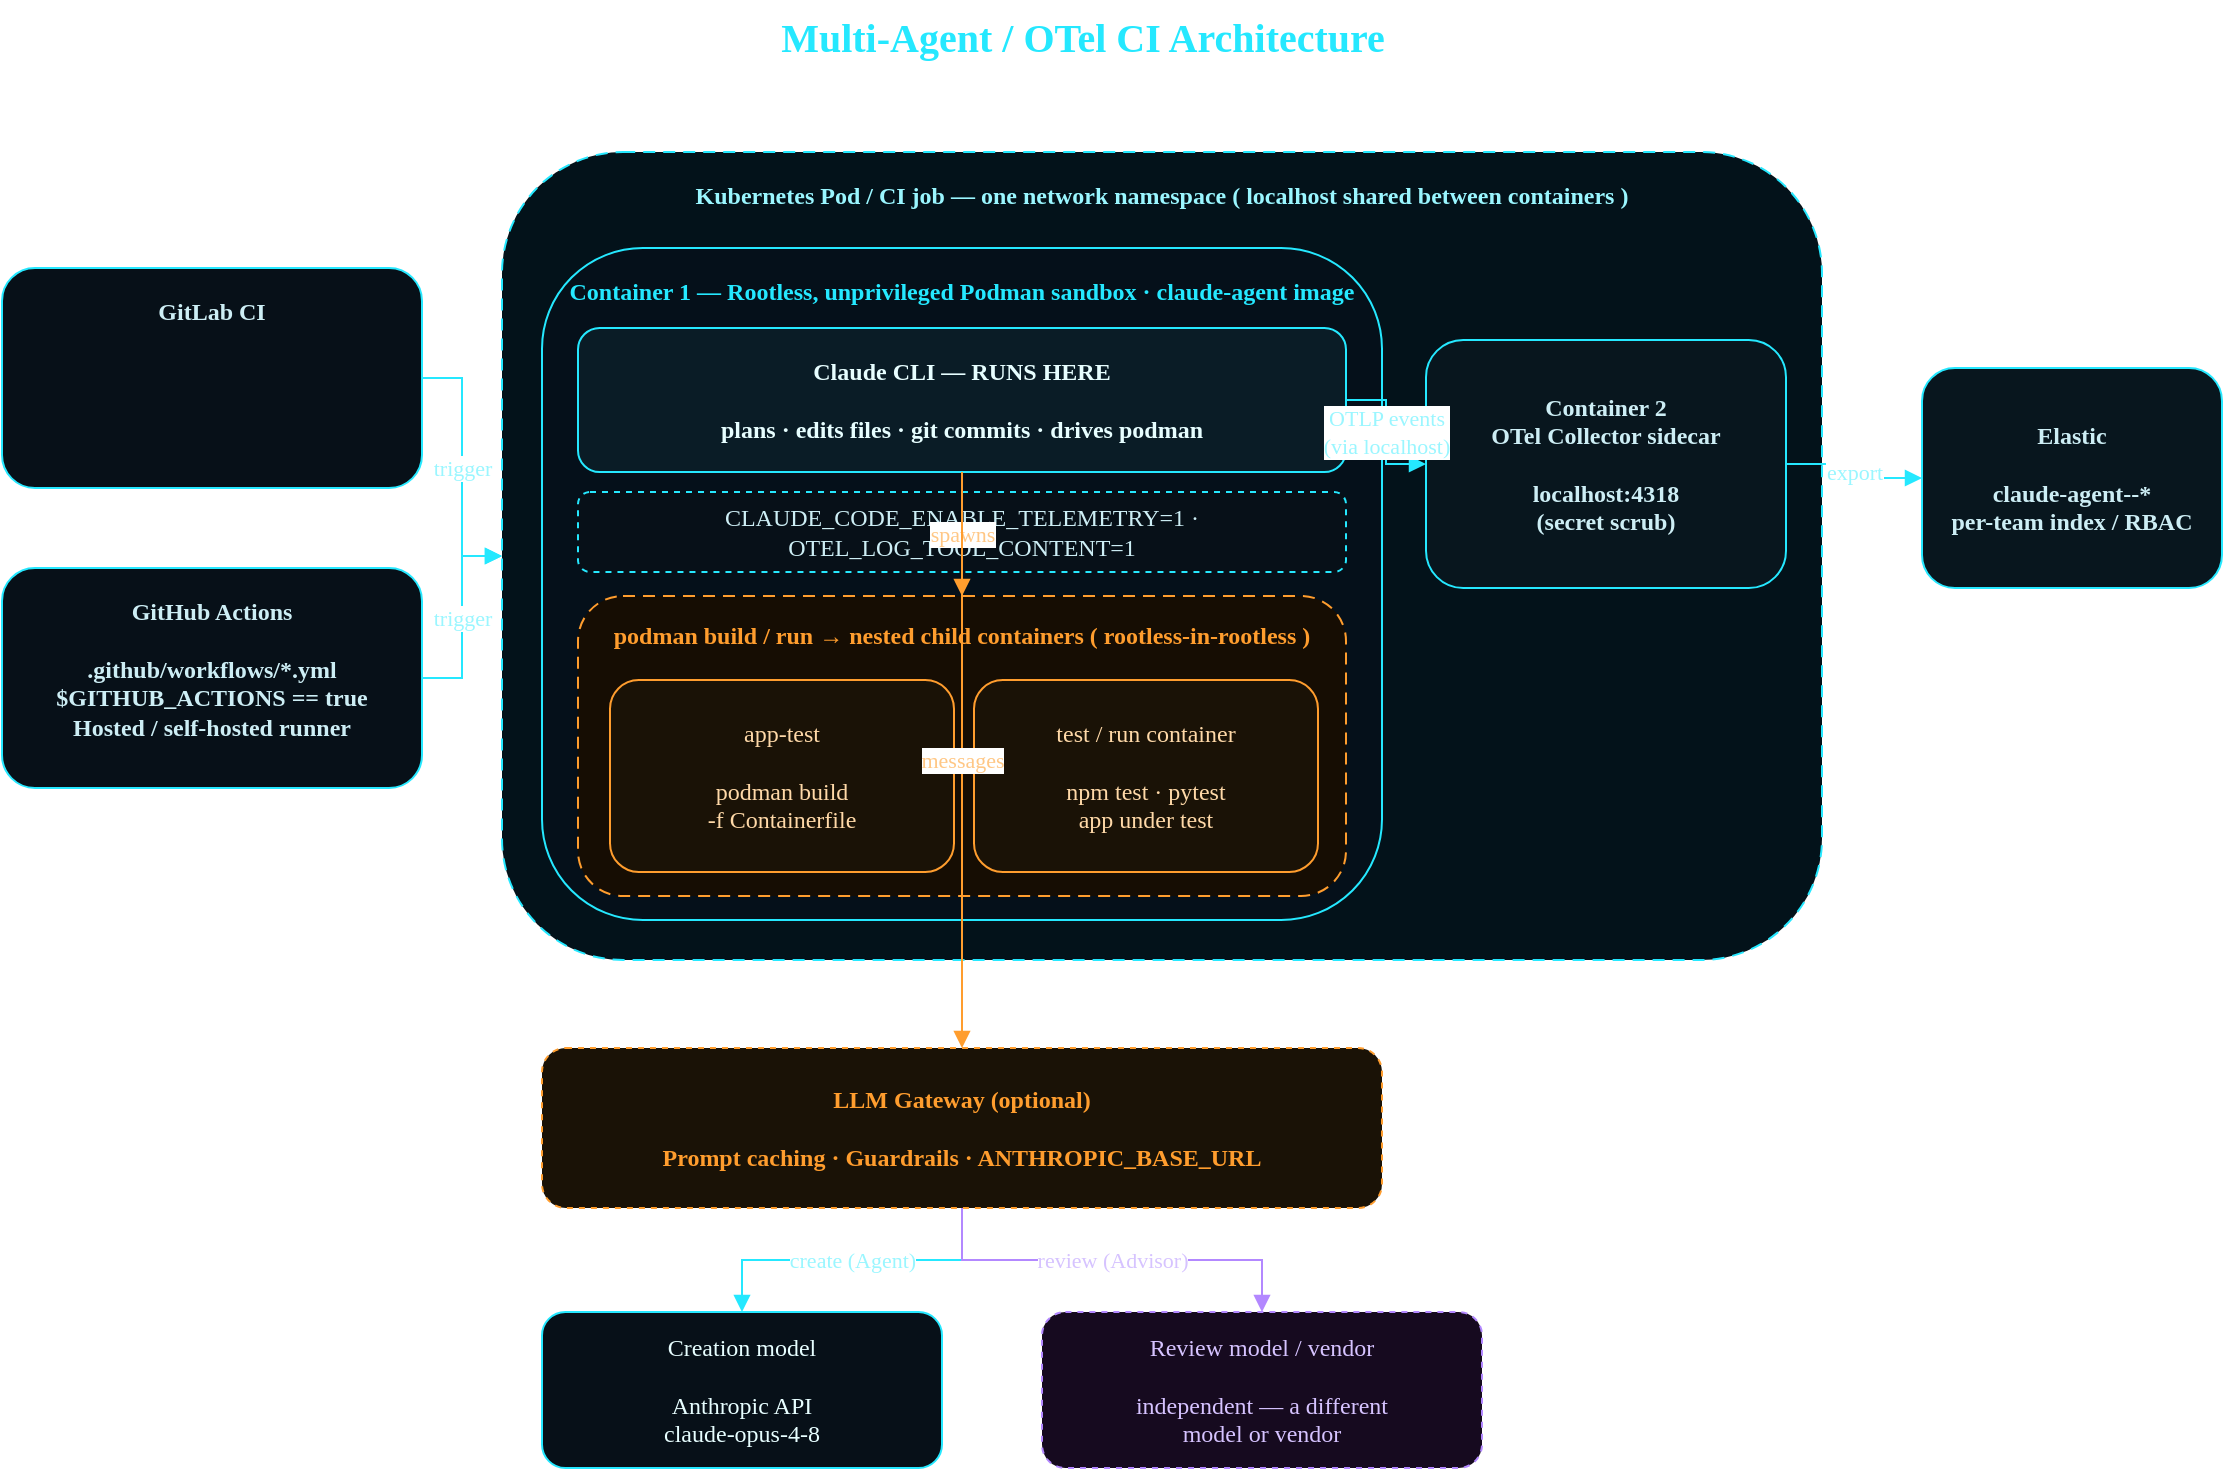
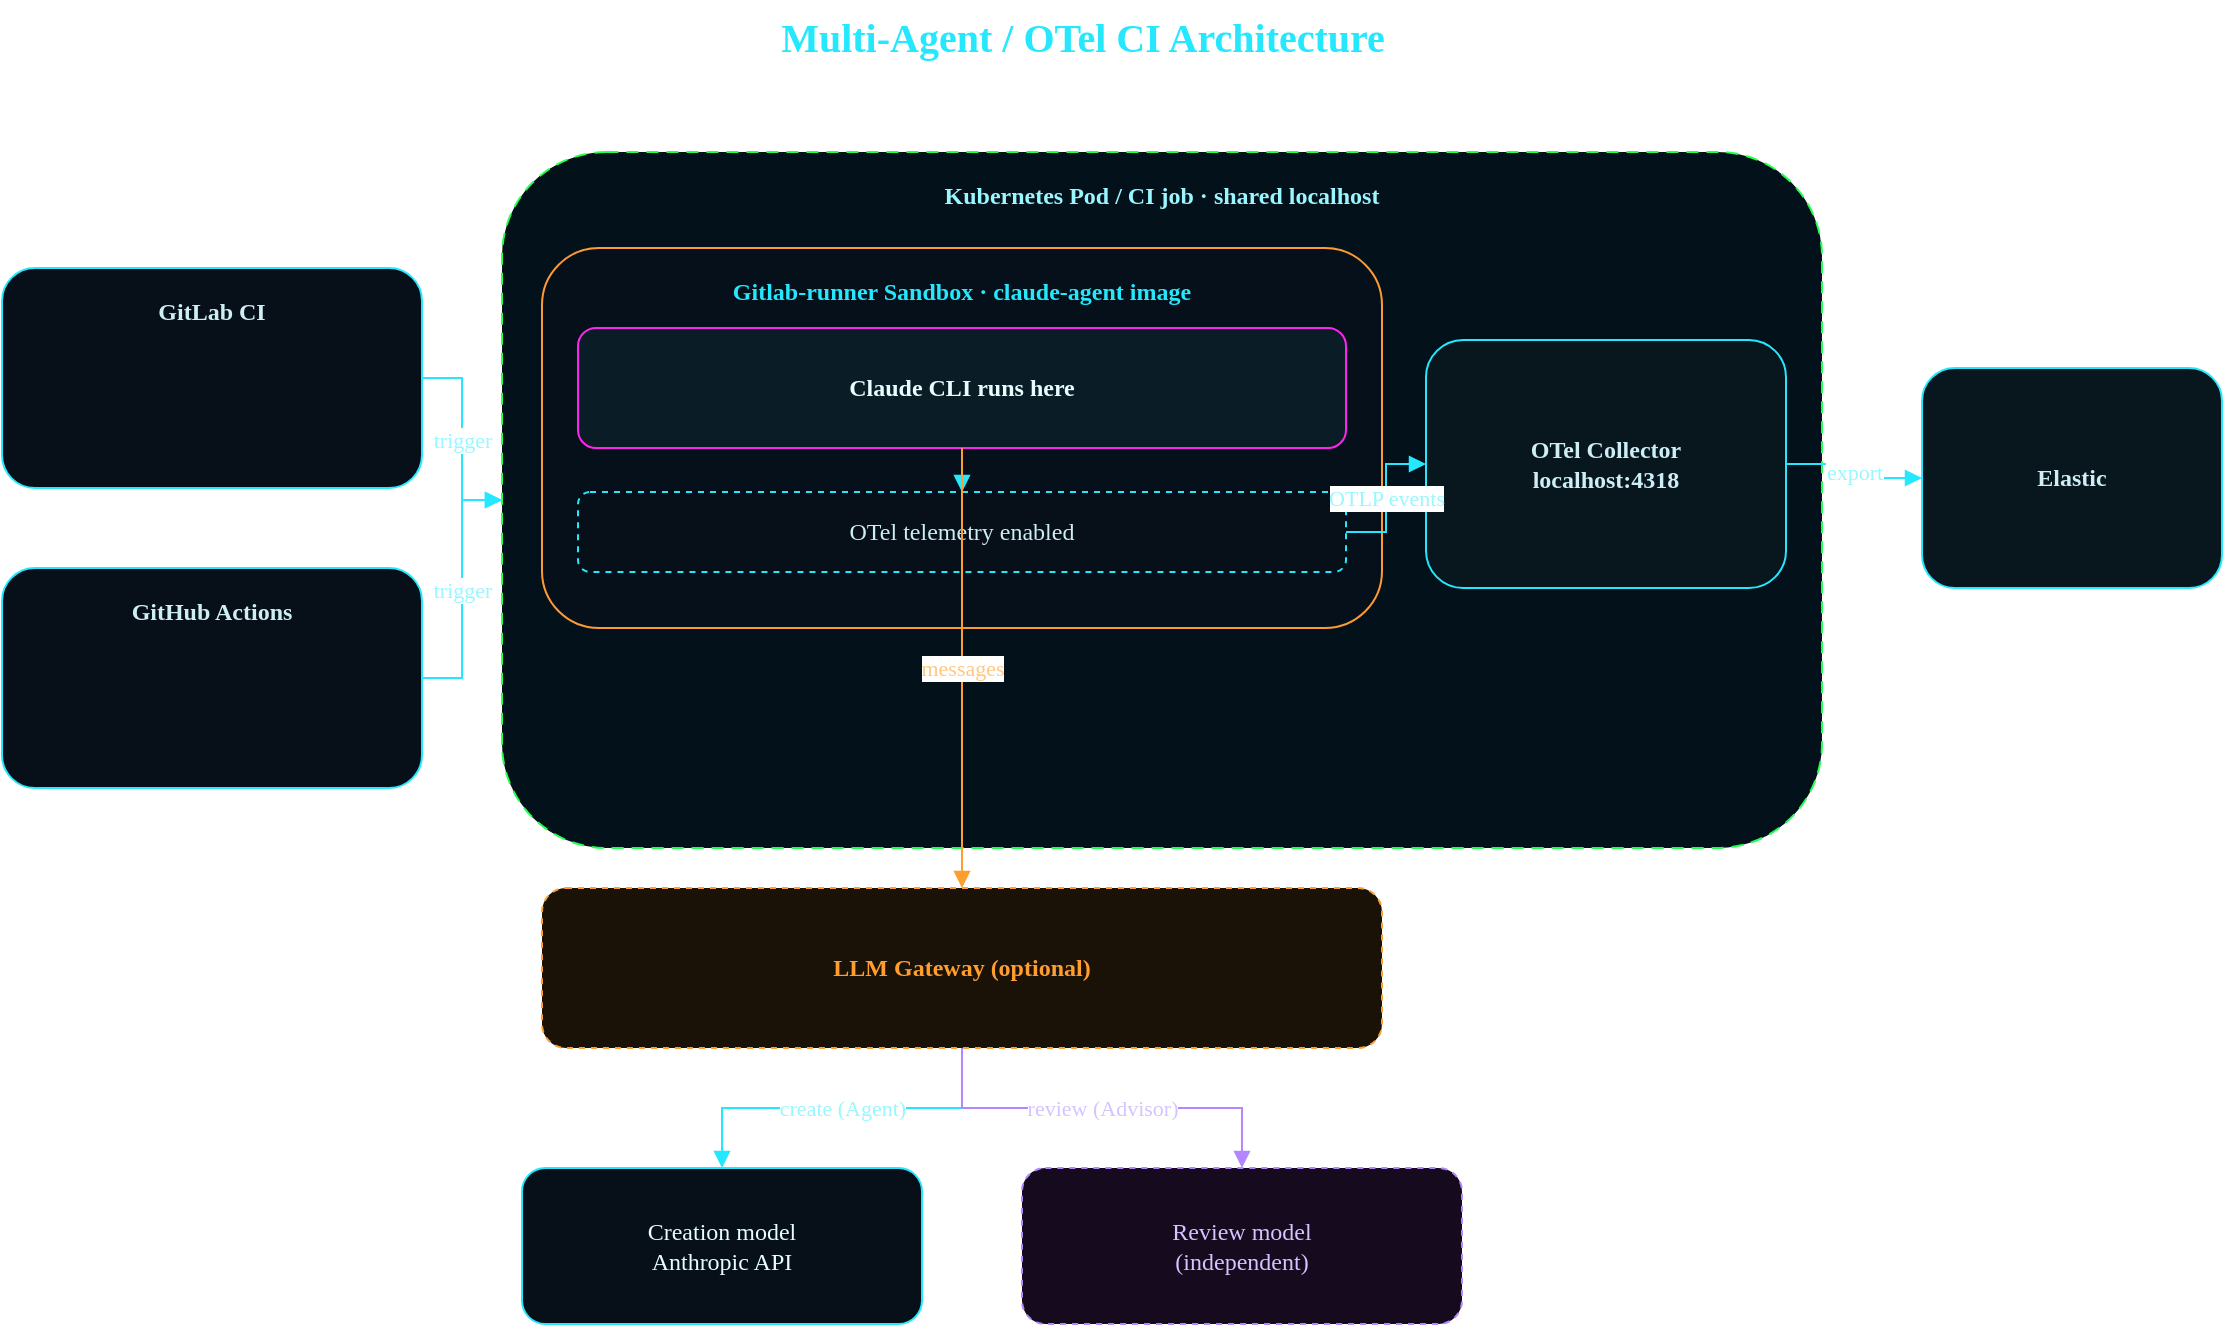
- <mxfile host="app.diagrams.net" agent="claude-ci-agent" version="24.0.0">
-   <diagram id="ci-arch" name="CI Architecture">
-     <mxGraphModel dx="1100" dy="700" grid="1" gridSize="10" guides="1" tooltips="1" connect="1" arrows="1" fold="1" page="1" pageScale="1" pageWidth="1169" pageHeight="826" math="0" shadow="0">
-       <root>
-         <mxCell id="0" />
-         <mxCell id="1" parent="0" />
- 
-         <!-- Title -->
-         <mxCell id="title" value="Multi-Agent / OTel CI Architecture" style="text;html=1;align=center;verticalAlign=middle;fontSize=20;fontStyle=1;fontColor=#25e8ff;fontFamily=Orbitron;" vertex="1" parent="1">
-           <mxGeometry x="360" y="16" width="440" height="36" as="geometry" />
-         </mxCell>
- 
-         <!-- GitLab CI -->
-         <mxCell id="gitlab" value="GitLab CI" style="rounded=1;whiteSpace=wrap;html=1;fillColor=#071018;strokeColor=#25e8ff;fontColor=#cdeef5;fontFamily=Rajdhani;align=center;verticalAlign=top;spacingTop=8;fontStyle=1;" vertex="1" parent="1">
-           <mxGeometry x="40" y="150" width="210" height="110" as="geometry" />
-         </mxCell>
- 
-         <!-- GitHub Actions -->
-         <mxCell id="github" value="GitHub Actions&#10;&#10;.github/workflows/*.yml&#10;$GITHUB_ACTIONS == true&#10;Hosted / self-hosted runner" style="rounded=1;whiteSpace=wrap;html=1;fillColor=#071018;strokeColor=#25e8ff;fontColor=#cdeef5;fontFamily=Rajdhani;align=center;verticalAlign=top;spacingTop=8;fontStyle=1;" vertex="1" parent="1">
-           <mxGeometry x="40" y="300" width="210" height="110" as="geometry" />
-         </mxCell>
- 
-         <!-- ============ OUTER: Kubernetes Pod / CI job ============ -->
-         <mxCell id="pod" value="Kubernetes Pod  /  CI job   —   one network namespace ( localhost shared between containers )" style="rounded=1;whiteSpace=wrap;html=1;fillColor=#03121a;strokeColor=#25e8ff;fontColor=#9af6ff;fontFamily=Orbitron;align=center;verticalAlign=top;spacingTop=8;fontStyle=1;dashed=1;dashPattern=6 4;" vertex="1" parent="1">
-           <mxGeometry x="290" y="92" width="660" height="404" as="geometry" />
-         </mxCell>
- 
-         <!-- MIDDLE: the agent sandbox container -->
-         <mxCell id="sandbox" value="Container 1 — Rootless, unprivileged Podman sandbox  ·  claude-agent image" style="rounded=1;whiteSpace=wrap;html=1;fillColor=#05101a;strokeColor=#25e8ff;fontColor=#25e8ff;fontFamily=Orbitron;align=center;verticalAlign=top;spacingTop=8;fontStyle=1;" vertex="1" parent="1">
-           <mxGeometry x="310" y="140" width="420" height="336" as="geometry" />
-         </mxCell>
- 
-         <!-- Claude CLI: runs in the sandbox container itself -->
-         <mxCell id="agent" value="Claude CLI — RUNS HERE&#10;&#10;plans · edits files · git commits · drives podman" style="rounded=1;whiteSpace=wrap;html=1;fillColor=#0a1c26;strokeColor=#25e8ff;fontColor=#e7feff;fontFamily=Rajdhani;align=center;verticalAlign=middle;fontStyle=1;" vertex="1" parent="1">
-           <mxGeometry x="328" y="180" width="384" height="72" as="geometry" />
-         </mxCell>
- 
-         <!-- OTel flags -->
-         <mxCell id="otelflags" value="CLAUDE_CODE_ENABLE_TELEMETRY=1 · OTEL_LOG_TOOL_CONTENT=1" style="rounded=1;whiteSpace=wrap;html=1;fillColor=#071018;strokeColor=#25e8ff;fontColor=#cdeef5;fontFamily=Rajdhani;align=center;verticalAlign=middle;dashed=1;" vertex="1" parent="1">
-           <mxGeometry x="328" y="262" width="384" height="40" as="geometry" />
-         </mxCell>
- 
-         <!-- INNER: nested child containers spawned by podman (rootless-in-rootless) -->
-         <mxCell id="nested" value="podman build / run   →   nested child containers  ( rootless-in-rootless )" style="rounded=1;whiteSpace=wrap;html=1;fillColor=#160d03;strokeColor=#ff9d2e;fontColor=#ff9d2e;fontFamily=Rajdhani;align=center;verticalAlign=top;spacingTop=6;fontStyle=1;dashed=1;dashPattern=6 4;" vertex="1" parent="1">
-           <mxGeometry x="328" y="314" width="384" height="150" as="geometry" />
-         </mxCell>
- 
-         <mxCell id="childbuild" value="app-test&#10;&#10;podman build&#10;-f Containerfile" style="rounded=1;whiteSpace=wrap;html=1;fillColor=#1a1206;strokeColor=#ff9d2e;fontColor=#ffd9a8;fontFamily=Rajdhani;align=center;verticalAlign=middle;" vertex="1" parent="1">
-           <mxGeometry x="344" y="356" width="172" height="96" as="geometry" />
-         </mxCell>
- 
-         <mxCell id="childrun" value="test / run container&#10;&#10;npm test · pytest&#10;app under test" style="rounded=1;whiteSpace=wrap;html=1;fillColor=#1a1206;strokeColor=#ff9d2e;fontColor=#ffd9a8;fontFamily=Rajdhani;align=center;verticalAlign=middle;" vertex="1" parent="1">
-           <mxGeometry x="526" y="356" width="172" height="96" as="geometry" />
-         </mxCell>
- 
-         <!-- OTel Collector sidecar — Container 2 in the SAME pod -->
-         <mxCell id="otel" value="Container 2&#10;OTel Collector sidecar&#10;&#10;localhost:4318&#10;(secret scrub)" style="rounded=1;whiteSpace=wrap;html=1;fillColor=#08161e;strokeColor=#25e8ff;fontColor=#cdeef5;fontFamily=Rajdhani;align=center;verticalAlign=middle;fontStyle=1;" vertex="1" parent="1">
-           <mxGeometry x="752" y="186" width="180" height="124" as="geometry" />
-         </mxCell>
- 
-         <!-- Elastic — outside the pod -->
-         <mxCell id="elastic" value="Elastic&#10;&#10;claude-agent-&lt;team&gt;-*&#10;per-team index / RBAC" style="rounded=1;whiteSpace=wrap;html=1;fillColor=#08161e;strokeColor=#25e8ff;fontColor=#cdeef5;fontFamily=Rajdhani;align=center;verticalAlign=middle;fontStyle=1;" vertex="1" parent="1">
-           <mxGeometry x="1000" y="200" width="150" height="110" as="geometry" />
-         </mxCell>
- 
-         <!-- Edges -->
-         <mxCell id="e1" value="trigger" style="edgeStyle=orthogonalEdgeStyle;rounded=0;html=1;endArrow=block;strokeColor=#25e8ff;fontColor=#9af6ff;fontFamily=Rajdhani;" edge="1" parent="1" source="gitlab" target="pod">
-           <mxGeometry relative="1" as="geometry" />
-         </mxCell>
-         <mxCell id="e2" value="trigger" style="edgeStyle=orthogonalEdgeStyle;rounded=0;html=1;endArrow=block;strokeColor=#25e8ff;fontColor=#9af6ff;fontFamily=Rajdhani;" edge="1" parent="1" source="github" target="pod">
-           <mxGeometry relative="1" as="geometry" />
-         </mxCell>
-         <mxCell id="enest" value="spawns" style="edgeStyle=orthogonalEdgeStyle;rounded=0;html=1;endArrow=block;strokeColor=#ff9d2e;fontColor=#ffc785;fontFamily=Rajdhani;" edge="1" parent="1" source="agent" target="nested">
-           <mxGeometry relative="1" as="geometry" />
-         </mxCell>
-         <mxCell id="e3" value="OTLP events&#10;(via localhost)" style="edgeStyle=orthogonalEdgeStyle;rounded=0;html=1;endArrow=block;strokeColor=#25e8ff;fontColor=#9af6ff;fontFamily=Rajdhani;" edge="1" parent="1" source="agent" target="otel">
-           <mxGeometry relative="1" as="geometry" />
-         </mxCell>
-         <mxCell id="e4" value="export" style="edgeStyle=orthogonalEdgeStyle;rounded=0;html=1;endArrow=block;strokeColor=#25e8ff;fontColor=#9af6ff;fontFamily=Rajdhani;" edge="1" parent="1" source="otel" target="elastic">
-           <mxGeometry relative="1" as="geometry" />
-         </mxCell>
- 
-         <!-- LLM Gateway (optional) -->
-         <mxCell id="gateway" value="LLM Gateway (optional)&#10;&#10;Prompt caching · Guardrails · ANTHROPIC_BASE_URL" style="rounded=1;whiteSpace=wrap;html=1;fillColor=#1a1206;strokeColor=#ff9d2e;fontColor=#ff9d2e;fontFamily=Rajdhani;align=center;verticalAlign=middle;fontStyle=1;dashed=1;" vertex="1" parent="1">
-           <mxGeometry x="310" y="540" width="420" height="80" as="geometry" />
-         </mxCell>
- 
-         <!-- Creation model (Agent personality) -->
-         <mxCell id="anthropic" value="Creation model&#10;&#10;Anthropic API&#10;claude-opus-4-8" style="rounded=1;whiteSpace=wrap;html=1;fillColor=#071018;strokeColor=#25e8ff;fontColor=#e7feff;fontFamily=Rajdhani;align=center;verticalAlign=middle;" vertex="1" parent="1">
-           <mxGeometry x="310" y="672" width="200" height="78" as="geometry" />
-         </mxCell>
- 
-         <!-- Review model (Advisor personality) — independent model or vendor -->
-         <mxCell id="reviewer" value="Review model / vendor&#10;&#10;independent — a different&#10;model or vendor" style="rounded=1;whiteSpace=wrap;html=1;fillColor=#160a1f;strokeColor=#b388ff;fontColor=#d6c3ff;fontFamily=Rajdhani;align=center;verticalAlign=middle;dashed=1;" vertex="1" parent="1">
-           <mxGeometry x="560" y="672" width="220" height="78" as="geometry" />
-         </mxCell>
- 
-         <!-- Edges: agent -> gateway -> creation / review models -->
-         <mxCell id="e5" value="messages" style="edgeStyle=orthogonalEdgeStyle;rounded=0;html=1;endArrow=block;strokeColor=#ff9d2e;fontColor=#ffc785;fontFamily=Rajdhani;" edge="1" parent="1" source="agent" target="gateway">
-           <mxGeometry relative="1" as="geometry" />
-         </mxCell>
-         <mxCell id="e6" value="create (Agent)" style="edgeStyle=orthogonalEdgeStyle;rounded=0;html=1;endArrow=block;strokeColor=#25e8ff;fontColor=#9af6ff;fontFamily=Rajdhani;" edge="1" parent="1" source="gateway" target="anthropic">
-           <mxGeometry relative="1" as="geometry" />
-         </mxCell>
-         <mxCell id="e7" value="review (Advisor)" style="edgeStyle=orthogonalEdgeStyle;rounded=0;html=1;endArrow=block;strokeColor=#b388ff;fontColor=#d6c3ff;fontFamily=Rajdhani;" edge="1" parent="1" source="gateway" target="reviewer">
-           <mxGeometry relative="1" as="geometry" />
-         </mxCell>
-       </root>
-     </mxGraphModel>
-   </diagram>
- </mxfile>
+ <mxfile host="65bd71144e">
+     <diagram id="ci-arch" name="CI Architecture">
+         <mxGraphModel dx="1269" dy="1061" grid="1" gridSize="10" guides="1" tooltips="1" connect="1" arrows="1" fold="1" page="1" pageScale="1" pageWidth="1169" pageHeight="826" math="0" shadow="0">
+             <root>
+                 <mxCell id="0"/>
+                 <mxCell id="1" parent="0"/>
+                 <mxCell id="title" value="Multi-Agent / OTel CI Architecture" style="text;html=1;align=center;verticalAlign=middle;fontSize=20;fontStyle=1;fontColor=#25e8ff;fontFamily=Orbitron;" parent="1" vertex="1">
+                     <mxGeometry x="360" y="16" width="440" height="36" as="geometry"/>
+                 </mxCell>
+                 <mxCell id="gitlab" value="GitLab CI" style="rounded=1;whiteSpace=wrap;html=1;fillColor=#071018;strokeColor=#25e8ff;fontColor=#cdeef5;fontFamily=Rajdhani;align=center;verticalAlign=top;spacingTop=8;fontStyle=1;" parent="1" vertex="1">
+                     <mxGeometry x="40" y="150" width="210" height="110" as="geometry"/>
+                 </mxCell>
+                 <mxCell id="github" value="GitHub Actions" style="rounded=1;whiteSpace=wrap;html=1;fillColor=#071018;strokeColor=#25e8ff;fontColor=#cdeef5;fontFamily=Rajdhani;align=center;verticalAlign=top;spacingTop=8;fontStyle=1;" parent="1" vertex="1">
+                     <mxGeometry x="40" y="300" width="210" height="110" as="geometry"/>
+                 </mxCell>
+                 <mxCell id="pod" value="Kubernetes Pod / CI job  ·  shared localhost" style="rounded=1;whiteSpace=wrap;html=1;fillColor=#03121a;strokeColor=light-dark(#24ff50, #006a7e);fontColor=#9af6ff;fontFamily=Orbitron;align=center;verticalAlign=top;spacingTop=8;fontStyle=1;dashed=1;dashPattern=6 4;" parent="1" vertex="1">
+                     <mxGeometry x="290" y="92" width="660" height="348" as="geometry"/>
+                 </mxCell>
+                 <mxCell id="sandbox" value="Gitlab-runner Sandbox  ·  claude-agent image" style="rounded=1;whiteSpace=wrap;html=1;fillColor=#05101a;strokeColor=#FF9933;fontColor=#25e8ff;fontFamily=Orbitron;align=center;verticalAlign=top;spacingTop=8;fontStyle=1;" parent="1" vertex="1">
+                     <mxGeometry x="310" y="140" width="420" height="190" as="geometry"/>
+                 </mxCell>
+                 <mxCell id="agent" value="Claude CLI runs here" style="rounded=1;whiteSpace=wrap;html=1;fillColor=#0a1c26;strokeColor=light-dark(#ff24ed, #006a7e);fontColor=#e7feff;fontFamily=Rajdhani;align=center;verticalAlign=middle;fontStyle=1;" parent="1" vertex="1">
+                     <mxGeometry x="328" y="180" width="384" height="60" as="geometry"/>
+                 </mxCell>
+                 <mxCell id="otelflags" value="OTel telemetry enabled" style="rounded=1;whiteSpace=wrap;html=1;fillColor=#071018;strokeColor=#25e8ff;fontColor=#cdeef5;fontFamily=Rajdhani;align=center;verticalAlign=middle;dashed=1;" parent="1" vertex="1">
+                     <mxGeometry x="328" y="262" width="384" height="40" as="geometry"/>
+                 </mxCell>
+                 <mxCell id="otel" value="OTel Collector&#xa;localhost:4318" style="rounded=1;whiteSpace=wrap;html=1;fillColor=#08161e;strokeColor=#25e8ff;fontColor=#cdeef5;fontFamily=Rajdhani;align=center;verticalAlign=middle;fontStyle=1;" parent="1" vertex="1">
+                     <mxGeometry x="752" y="186" width="180" height="124" as="geometry"/>
+                 </mxCell>
+                 <mxCell id="elastic" value="Elastic" style="rounded=1;whiteSpace=wrap;html=1;fillColor=#08161e;strokeColor=#25e8ff;fontColor=#cdeef5;fontFamily=Rajdhani;align=center;verticalAlign=middle;fontStyle=1;" parent="1" vertex="1">
+                     <mxGeometry x="1000" y="200" width="150" height="110" as="geometry"/>
+                 </mxCell>
+                 <mxCell id="gateway" value="LLM Gateway (optional)" style="rounded=1;whiteSpace=wrap;html=1;fillColor=#1a1206;strokeColor=#ff9d2e;fontColor=#ff9d2e;fontFamily=Rajdhani;align=center;verticalAlign=middle;fontStyle=1;dashed=1;" parent="1" vertex="1">
+                     <mxGeometry x="310" y="460" width="420" height="80" as="geometry"/>
+                 </mxCell>
+                 <mxCell id="anthropic" value="Creation model&#xa;Anthropic API" style="rounded=1;whiteSpace=wrap;html=1;fillColor=#071018;strokeColor=#25e8ff;fontColor=#e7feff;fontFamily=Rajdhani;align=center;verticalAlign=middle;" parent="1" vertex="1">
+                     <mxGeometry x="300" y="600" width="200" height="78" as="geometry"/>
+                 </mxCell>
+                 <mxCell id="reviewer" value="Review model&#xa;(independent)" style="rounded=1;whiteSpace=wrap;html=1;fillColor=#160a1f;strokeColor=#b388ff;fontColor=#d6c3ff;fontFamily=Rajdhani;align=center;verticalAlign=middle;dashed=1;" parent="1" vertex="1">
+                     <mxGeometry x="550" y="600" width="220" height="78" as="geometry"/>
+                 </mxCell>
+                 <mxCell id="e1" value="trigger" style="edgeStyle=orthogonalEdgeStyle;rounded=0;html=1;endArrow=block;strokeColor=#25e8ff;fontColor=#9af6ff;fontFamily=Rajdhani;" parent="1" source="gitlab" target="pod" edge="1">
+                     <mxGeometry relative="1" as="geometry"/>
+                 </mxCell>
+                 <mxCell id="e2" value="trigger" style="edgeStyle=orthogonalEdgeStyle;rounded=0;html=1;endArrow=block;strokeColor=#25e8ff;fontColor=#9af6ff;fontFamily=Rajdhani;" parent="1" source="github" target="pod" edge="1">
+                     <mxGeometry relative="1" as="geometry"/>
+                 </mxCell>
+                 <mxCell id="e3" style="edgeStyle=orthogonalEdgeStyle;rounded=0;html=1;endArrow=block;strokeColor=#25e8ff;fontColor=#9af6ff;fontFamily=Rajdhani;" parent="1" source="agent" target="otelflags" edge="1">
+                     <mxGeometry relative="1" as="geometry"/>
+                 </mxCell>
+                 <mxCell id="e5" value="OTLP events" style="edgeStyle=orthogonalEdgeStyle;rounded=0;html=1;endArrow=block;strokeColor=#25e8ff;fontColor=#9af6ff;fontFamily=Rajdhani;entryX=0;entryY=0.5;entryDx=0;entryDy=0;" parent="1" source="otelflags" target="otel" edge="1">
+                     <mxGeometry relative="1" as="geometry"/>
+                 </mxCell>
+                 <mxCell id="e4" value="export" style="edgeStyle=orthogonalEdgeStyle;rounded=0;html=1;endArrow=block;strokeColor=#25e8ff;fontColor=#9af6ff;fontFamily=Rajdhani;" parent="1" source="otel" target="elastic" edge="1">
+                     <mxGeometry relative="1" as="geometry"/>
+                 </mxCell>
+                 <mxCell id="e8" value="&lt;span&gt;messages&lt;/span&gt;" style="edgeStyle=orthogonalEdgeStyle;rounded=0;html=1;endArrow=block;strokeColor=#ff9d2e;fontColor=#ffc785;fontFamily=Rajdhani;" parent="1" source="agent" target="gateway" edge="1">
+                     <mxGeometry relative="1" as="geometry"/>
+                 </mxCell>
+                 <mxCell id="e6" value="create (Agent)" style="edgeStyle=orthogonalEdgeStyle;rounded=0;html=1;endArrow=block;strokeColor=#25e8ff;fontColor=#9af6ff;fontFamily=Rajdhani;" parent="1" source="gateway" target="anthropic" edge="1">
+                     <mxGeometry relative="1" as="geometry"/>
+                 </mxCell>
+                 <mxCell id="e7" value="review (Advisor)" style="edgeStyle=orthogonalEdgeStyle;rounded=0;html=1;endArrow=block;strokeColor=#b388ff;fontColor=#d6c3ff;fontFamily=Rajdhani;" parent="1" source="gateway" target="reviewer" edge="1">
+                     <mxGeometry relative="1" as="geometry"/>
+                 </mxCell>
+             </root>
+         </mxGraphModel>
+     </diagram>
+ </mxfile>